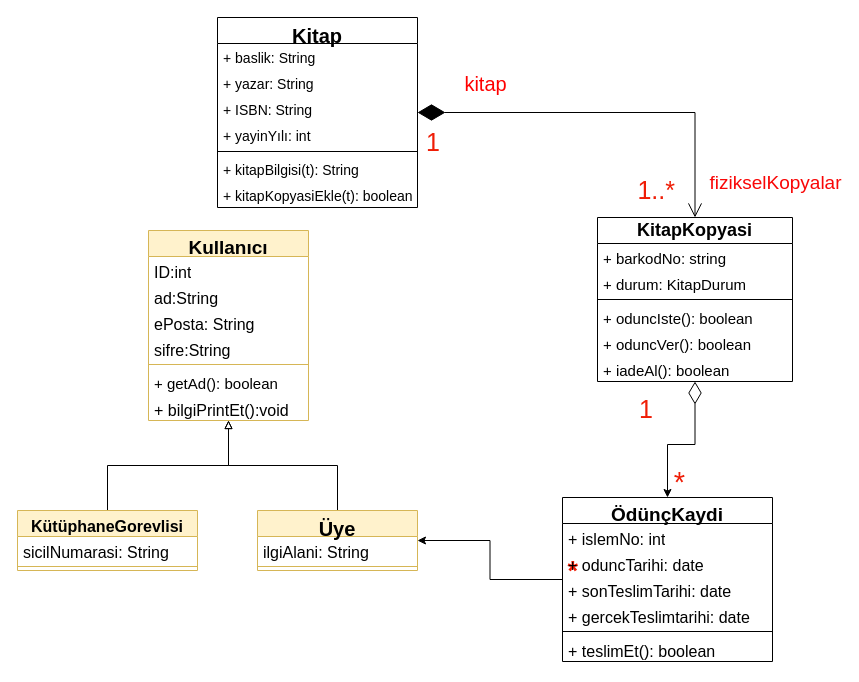
This is page "ClassDiyagram" (1 of 2) of okys/doc/OKYS-Design.drawio from tdursun/oop2026, a draw.io file, before an edit. Source tidied: cells renumbered, new cells numbered last; positions are measured from the earlier drawing's top-left corner, leaving out a move shared by most shapes. Both pictures are drawn from the tidied source at 100%, with x=0, y=0 at pixel (17, 17).
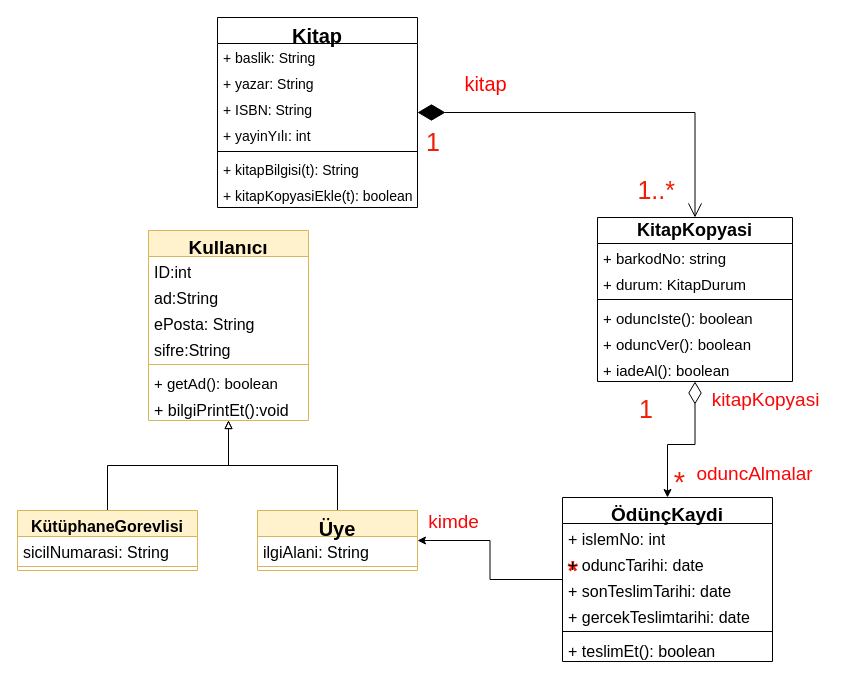
The same diagram, later.

Unchanged cells that the change refers to:
```xml
<mxCell id="18" style="endArrow=open;html=1;endSize=12;startArrow=diamondThin;startSize=25;startFill=1;edgeStyle=orthogonalEdgeStyle;rounded=0;" parent="1" edge="1" source="2" target="11">
  <mxGeometry relative="1" as="geometry" />
</mxCell>
```

The edit, as a diff of the source:
```diff
@@
-    <mxCell id="21" value="fizikselKopyalar" style="edgeLabel;html=1;align=center;verticalAlign=middle;fontSize=19;fontColor=light-dark(#f90606, #ededed);" parent="18" vertex="1">
+    <mxCell id="21" value="kimde" style="edgeLabel;html=1;align=center;verticalAlign=middle;fontSize=19;fontColor=light-dark(#f90606, #ededed);" parent="18" vertex="1">
       <mxGeometry x="0.81" y="-1" relative="1" as="geometry">
-        <mxPoint x="81" y="2" as="offset" />
+        <mxPoint x="-241" y="341" as="offset" />
       </mxGeometry>
     </mxCell>
@@
+    <mxCell id="50" value="kitapKopyasi" style="edgeLabel;html=1;align=center;verticalAlign=middle;fontSize=19;fontColor=light-dark(#f90606, #ededed);" parent="18" vertex="1">
+      <mxGeometry x="0.81" y="-1" relative="1" as="geometry">
+        <mxPoint x="71" y="219" as="offset" />
+      </mxGeometry>
+    </mxCell>
+    <mxCell id="51" value="oduncAlmalar" style="edgeLabel;html=1;align=center;verticalAlign=middle;fontSize=19;fontColor=light-dark(#f90606, #ededed);" parent="18" vertex="1">
+      <mxGeometry x="0.81" y="-1" relative="1" as="geometry">
+        <mxPoint x="60" y="293" as="offset" />
+      </mxGeometry>
+    </mxCell>
```
